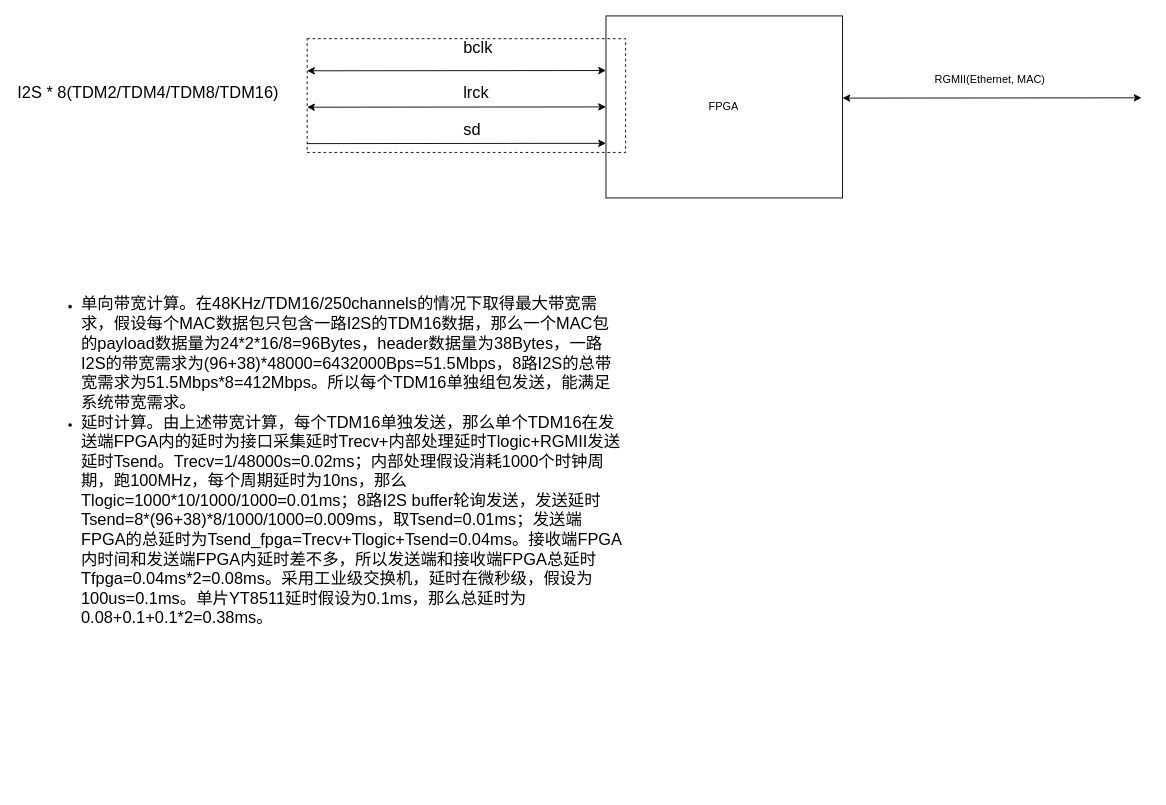
Above: page "带宽延时计算" (3 of 4) of Audio-Ethernet.drawio in gdhzyz/draws (draw.io), before the change. Source tidied: cells renumbered, new cells numbered last; positions are measured from the earlier drawing's top-left corner, leaving out a move shared by most shapes. Both pictures are drawn from the tidied source at 91%, with x=0, y=0 at pixel (15, 15).
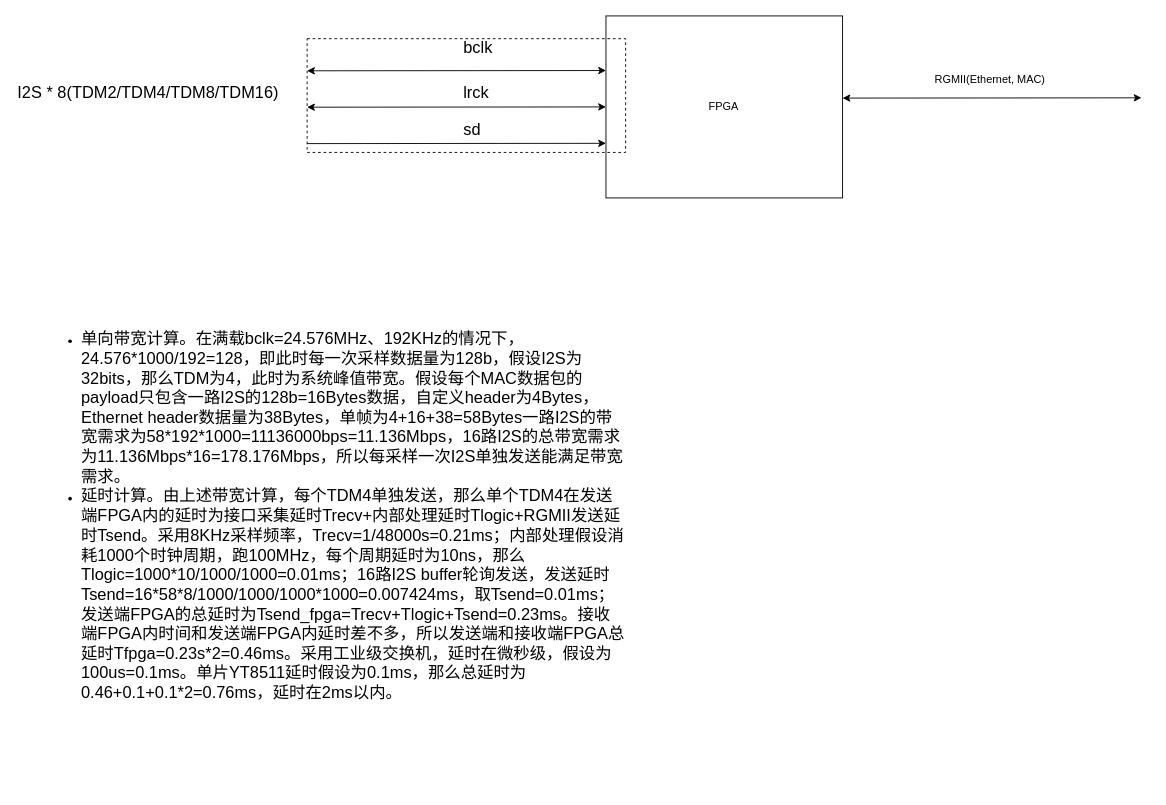
The same diagram, later.

The edit, as a diff of the source:
```diff
@@
 <mxGraphModel>
   <root>
     <mxCell id="0" />
     <mxCell id="1" parent="0" />
     <mxCell id="2" value="FPGA" style="rounded=0;whiteSpace=wrap;html=1;" parent="1" vertex="1">
       <mxGeometry x="648.4" width="260" height="200" as="geometry" />
     </mxCell>
     <mxCell id="3" style="endArrow=classic;html=1;rounded=0;entryX=-0.006;entryY=0.511;entryDx=0;entryDy=0;entryPerimeter=0;startArrow=classic;startFill=1;" parent="1" edge="1">
       <mxGeometry relative="1" as="geometry">
         <mxPoint x="320" y="60.3" as="sourcePoint" />
         <mxPoint x="648.4" y="60" as="targetPoint" />
       </mxGeometry>
     </mxCell>
     <mxCell id="4" value="&lt;span style=&quot;font-size: 18px; background-color: initial;&quot;&gt;I2S * 8(TDM2/TDM4/TDM8/TDM16)&lt;/span&gt;" style="text;strokeColor=none;align=left;fillColor=none;html=1;verticalAlign=middle;whiteSpace=wrap;rounded=0;imageAspect=1;imageAlign=left;" parent="1" vertex="1">
       <mxGeometry y="35" width="340" height="100" as="geometry" />
     </mxCell>
     <mxCell id="5" style="endArrow=classic;html=1;rounded=0;entryX=-0.006;entryY=0.511;entryDx=0;entryDy=0;entryPerimeter=0;startArrow=classic;startFill=1;" parent="1" edge="1">
       <mxGeometry relative="1" as="geometry">
         <mxPoint x="908.4" y="90.3" as="sourcePoint" />
         <mxPoint x="1236.9" y="90" as="targetPoint" />
       </mxGeometry>
     </mxCell>
     <mxCell id="6" value="RGMII(Ethernet, MAC)" style="text;strokeColor=none;align=left;fillColor=none;html=1;verticalAlign=middle;whiteSpace=wrap;rounded=0;imageAspect=1;imageAlign=left;" parent="1" vertex="1">
       <mxGeometry x="1008.4" y="50" width="140" height="40" as="geometry" />
     </mxCell>
     <mxCell id="7" style="endArrow=classic;html=1;rounded=0;entryX=-0.006;entryY=0.511;entryDx=0;entryDy=0;entryPerimeter=0;startArrow=classic;startFill=1;" parent="1" edge="1">
       <mxGeometry relative="1" as="geometry">
         <mxPoint x="320" y="100.3" as="sourcePoint" />
         <mxPoint x="648.4" y="100" as="targetPoint" />
       </mxGeometry>
     </mxCell>
     <mxCell id="8" style="endArrow=classic;html=1;rounded=0;entryX=-0.006;entryY=0.511;entryDx=0;entryDy=0;entryPerimeter=0;" parent="1" edge="1">
       <mxGeometry relative="1" as="geometry">
         <mxPoint x="320" y="140.3" as="sourcePoint" />
         <mxPoint x="648.4" y="140" as="targetPoint" />
       </mxGeometry>
     </mxCell>
     <mxCell id="9" value="&lt;span style=&quot;background-color: initial; font-size: 18px;&quot;&gt;bclk&lt;/span&gt;" style="text;strokeColor=none;align=left;fillColor=none;html=1;verticalAlign=middle;whiteSpace=wrap;rounded=0;imageAspect=1;imageAlign=left;" parent="1" vertex="1">
       <mxGeometry x="490" y="10" width="110" height="50" as="geometry" />
     </mxCell>
     <mxCell id="10" value="&lt;span style=&quot;font-size: 18px; background-color: initial;&quot;&gt;lrck&lt;/span&gt;" style="text;strokeColor=none;align=left;fillColor=none;html=1;verticalAlign=middle;whiteSpace=wrap;rounded=0;imageAspect=1;imageAlign=left;" parent="1" vertex="1">
       <mxGeometry x="490" y="60" width="110" height="50" as="geometry" />
     </mxCell>
     <mxCell id="11" value="&lt;span style=&quot;font-size: 18px; background-color: initial;&quot;&gt;sd&lt;/span&gt;" style="text;strokeColor=none;align=left;fillColor=none;html=1;verticalAlign=middle;whiteSpace=wrap;rounded=0;imageAspect=1;imageAlign=left;" parent="1" vertex="1">
       <mxGeometry x="490" y="100" width="110" height="50" as="geometry" />
     </mxCell>
     <mxCell id="12" style="rounded=0;whiteSpace=wrap;html=1;fillStyle=auto;dashed=1;fillColor=none;" parent="1" vertex="1">
       <mxGeometry x="320" y="25" width="350" height="125" as="geometry" />
     </mxCell>
-    <mxCell id="13" value="&lt;ul&gt;&lt;li&gt;&lt;span style=&quot;font-size: 18px;&quot;&gt;单向带宽计算。在48KHz/TDM16/250channels的情况下取得最大带宽需求，假设每个MAC数据包只包含一路I2S的TDM16数据，那么一个MAC包的payload数据量为24*2*16/8=96Bytes，header数据量为38Bytes，一路I2S的带宽需求为(96+38)*48000=6432000Bps=51.5Mbps，8路I2S的总带宽需求为51.5Mbps*8=412Mbps。所以每个TDM16单独组包发送，能满足系统带宽需求。&lt;/span&gt;&lt;/li&gt;&lt;li&gt;&lt;span style=&quot;font-size: 18px;&quot;&gt;延时计算。由上述带宽计算，每个TDM16单独发送，那么单个TDM16在发送端FPGA内的延时为接口采集延时Trecv+内部处理延时Tlogic+RGMII发送延时Tsend。Trecv=1/48000s=0.02ms；内部处理假设消耗1000个时钟周期，跑100MHz，每个周期延时为10ns，那么Tlogic=1000*10/1000/1000=0.01ms；8路I2S buffer轮询发送，发送延时Tsend=8*(96+38)*8/1000/1000=0.009ms，取Tsend=0.01ms；发送端FPGA的总延时为Tsend_fpga=Trecv+Tlogic+Tsend=0.04ms。接收端FPGA内时间和发送端FPGA内延时差不多，所以发送端和接收端FPGA总延时Tfpga=0.04ms*2=0.08ms。采用工业级交换机，延时在微秒级，假设为100us=0.1ms。单片YT8511延时假设为0.1ms，那么总延时为0.08+0.1+0.1*2=0.38ms。&lt;/span&gt;&lt;/li&gt;&lt;/ul&gt;&lt;div&gt;&lt;/div&gt;" style="text;strokeColor=none;align=left;fillColor=none;html=1;verticalAlign=middle;whiteSpace=wrap;rounded=0;imageAspect=1;imageAlign=left;" parent="1" vertex="1">
-      <mxGeometry x="30" y="410" width="640" height="160" as="geometry" />
+    <mxCell id="13" value="&lt;ul&gt;&lt;li&gt;&lt;span style=&quot;font-size: 18px;&quot;&gt;单向带宽计算。在满载bclk=24.576MHz、192KHz的情况下，24.576*1000/192=128，即此时每一次采样数据量为128b，假设I2S为32bits，那么TDM为4，此时为系统峰值带宽。假设每个MAC数据包的payload只包含一路I2S的128b=16Bytes数据，自定义header为4Bytes，Ethernet header数据量为38Bytes，单帧为4+16+38=58Bytes一路I2S的带宽需求为58*192*1000=11136000bps=11.136Mbps，16路I2S的总带宽需求为11.136Mbps*16=178.176Mbps，所以每采样一次I2S单独发送能满足带宽需求。&lt;/span&gt;&lt;/li&gt;&lt;li&gt;&lt;span style=&quot;font-size: 18px;&quot;&gt;延时计算。由上述带宽计算，每个TDM4单独发送，那么单个TDM4在发送端FPGA内的延时为接口采集延时Trecv+内部处理延时Tlogic+RGMII发送延时Tsend。采用8KHz采样频率，Trecv=1/48000s=0.21ms；内部处理假设消耗1000个时钟周期，跑100MHz，每个周期延时为10ns，那么Tlogic=1000*10/1000/1000=0.01ms；16路I2S buffer轮询发送，发送延时Tsend=16*58*8/1000/1000/1000*1000=0.007424ms，取Tsend=0.01ms；发送端FPGA的总延时为Tsend_fpga=Trecv+Tlogic+Tsend=0.23ms。接收端FPGA内时间和发送端FPGA内延时差不多，所以发送端和接收端FPGA总延时Tfpga=0.23s*2=0.46ms。采用工业级交换机，延时在微秒级，假设为100us=0.1ms。单片YT8511延时假设为0.1ms，那么总延时为0.46+0.1+0.1*2=0.76ms，延时在2ms以内。&lt;/span&gt;&lt;/li&gt;&lt;/ul&gt;&lt;div&gt;&lt;/div&gt;" style="text;strokeColor=none;align=left;fillColor=none;html=1;verticalAlign=middle;whiteSpace=wrap;rounded=0;imageAspect=1;imageAlign=left;" parent="1" vertex="1">
+      <mxGeometry x="30" y="250" width="640" height="600" as="geometry" />
     </mxCell>
   </root>
 </mxGraphModel>
```
